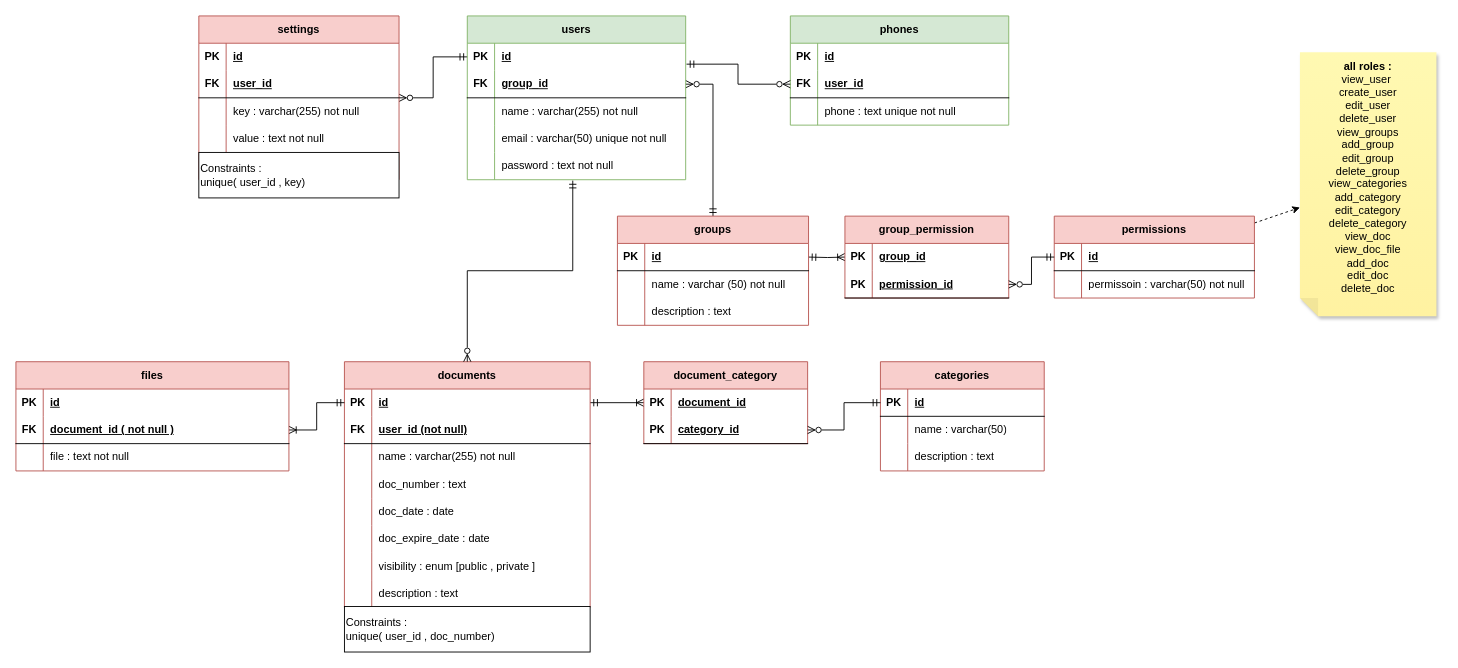
This is page "db_schema" (1 of 4) of planning/diagram.drawio from khaledfathi/documents-vault, a draw.io file, before an edit. Source tidied: cells renumbered, new cells numbered last; positions are measured from the earlier drawing's top-left corner, leaving out a move shared by most shapes. Both pictures are drawn from the tidied source at 91%, with x=0, y=0 at pixel (15, 15).
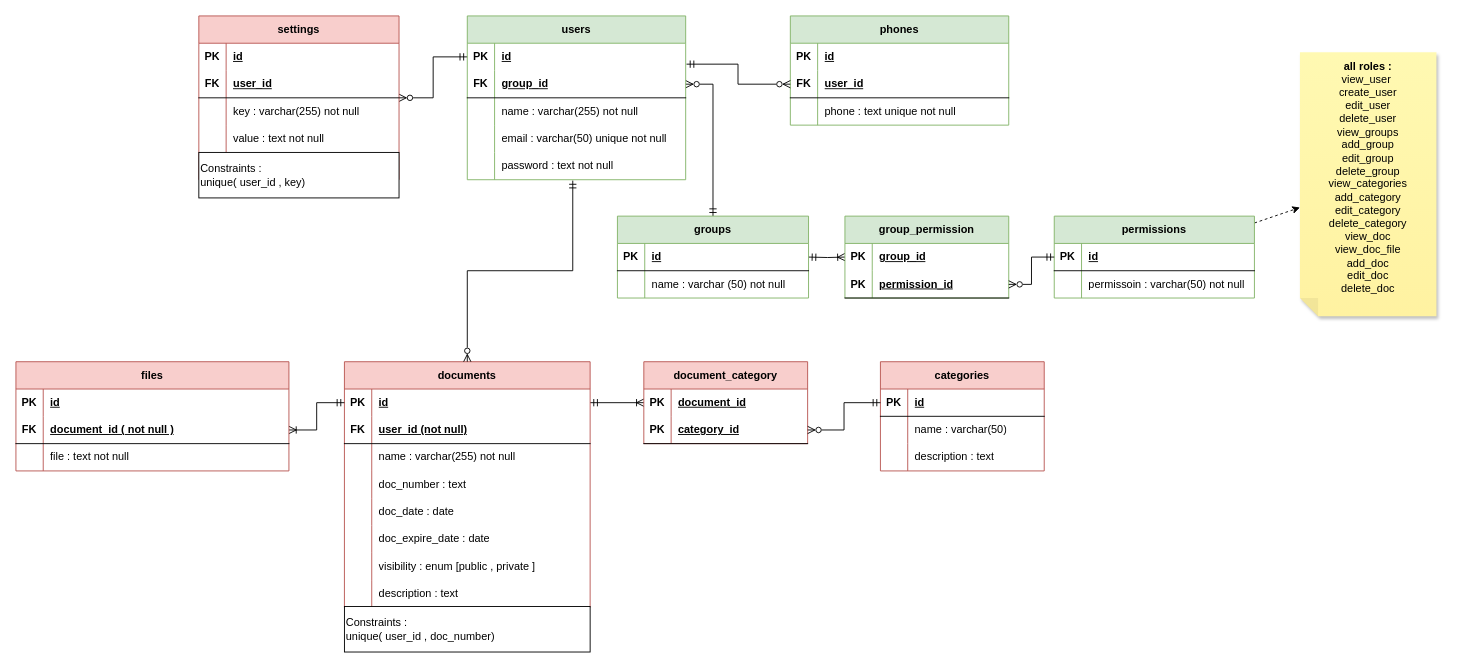
The same page after the edit.

The edit, as a diff of the source:
```diff
@@
-    <mxCell id="21" value="groups" style="shape=table;startSize=30;childLayout=tableLayout;rowLines=0;fontStyle=1;align=center;html=1;whiteSpace=wrap;fillColor=#f8cecc;strokeColor=#b85450;" parent="1" vertex="1">
-      <mxGeometry x="661" y="220" width="210" height="120" as="geometry" />
+    <mxCell id="21" value="groups" style="shape=table;startSize=30;childLayout=tableLayout;rowLines=0;fontStyle=1;align=center;html=1;whiteSpace=wrap;fillColor=#d5e8d4;strokeColor=#82b366;" parent="1" vertex="1">
+      <mxGeometry x="661" y="220" width="210" height="90" as="geometry" />
     </mxCell>
@@
-    <mxCell id="28" style="shape=tableRow;horizontal=0;startSize=0;swimlaneHead=0;swimlaneBody=0;fillColor=none;top=0;left=0;right=0;bottom=0;html=1;" parent="21" vertex="1">
-      <mxGeometry y="90" width="210" height="30" as="geometry" />
-    </mxCell>
-    <mxCell id="29" style="shape=partialRectangle;fillColor=none;top=0;left=0;bottom=0;right=0;overflow=hidden;html=1;whiteSpace=wrap;" parent="28" vertex="1">
-      <mxGeometry width="30" height="30" as="geometry" />
-    </mxCell>
-    <mxCell id="30" value="description : text" style="shape=partialRectangle;fillColor=none;top=0;left=0;bottom=0;right=0;align=left;spacingLeft=6;overflow=hidden;html=1;whiteSpace=wrap;" parent="28" vertex="1">
-      <mxGeometry x="30" width="180" height="30" as="geometry" />
-    </mxCell>
@@
-    <mxCell id="32" value="permissions" style="shape=table;startSize=30;childLayout=tableLayout;rowLines=0;fontStyle=1;align=center;html=1;whiteSpace=wrap;fillColor=#f8cecc;strokeColor=#b85450;" parent="1" vertex="1">
+    <mxCell id="32" value="permissions" style="shape=table;startSize=30;childLayout=tableLayout;rowLines=0;fontStyle=1;align=center;html=1;whiteSpace=wrap;fillColor=#d5e8d4;strokeColor=#82b366;" parent="1" vertex="1">
       <mxGeometry x="1141" y="220" width="220" height="90" as="geometry" />
     </mxCell>
@@
-    <mxCell id="113" value="group_permission" style="shape=table;startSize=30;childLayout=tableLayout;rowLines=0;fontStyle=1;align=center;html=1;whiteSpace=wrap;fillColor=#f8cecc;strokeColor=#b85450;" parent="1" vertex="1">
+    <mxCell id="113" value="group_permission" style="shape=table;startSize=30;childLayout=tableLayout;rowLines=0;fontStyle=1;align=center;html=1;whiteSpace=wrap;fillColor=#d5e8d4;strokeColor=#82b366;" parent="1" vertex="1">
       <mxGeometry x="911" y="220" width="180" height="90" as="geometry" />
     </mxCell>
```
